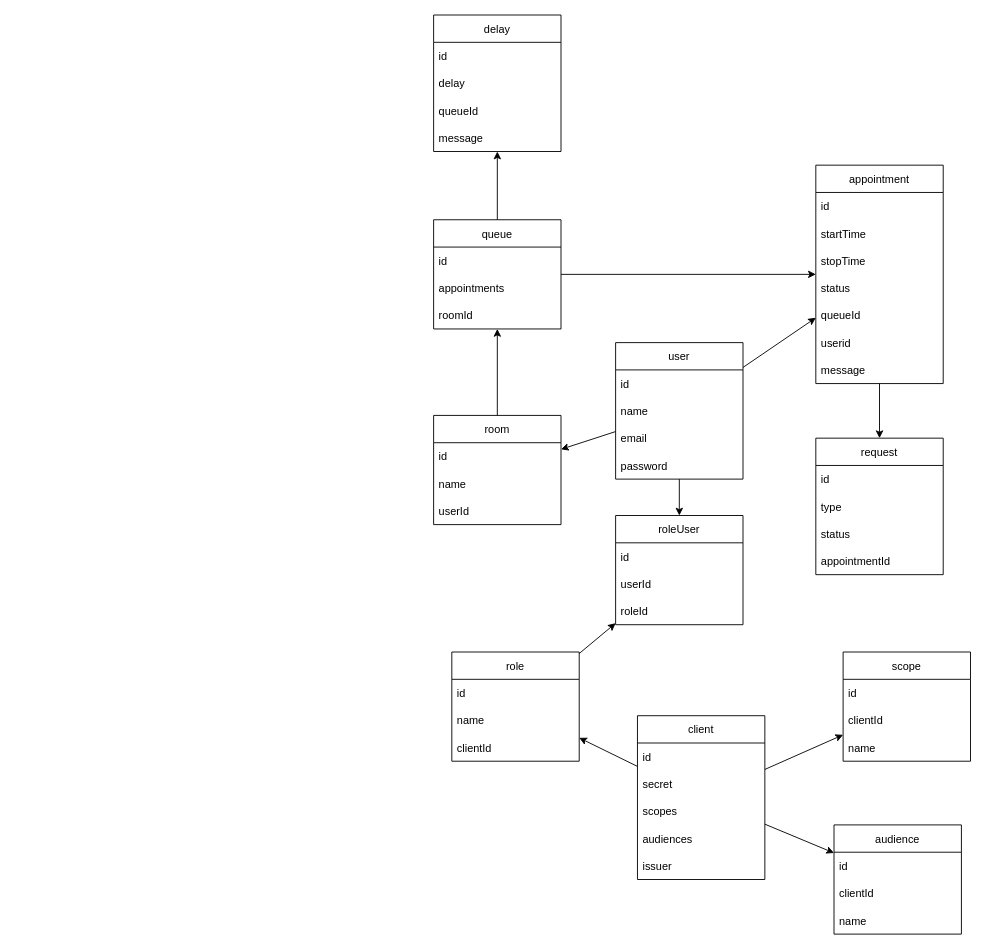
Oglop/Queue keeps this draw.io diagram as __diagrams__/information.drawio. Above is the earlier version. Source tidied: cells renumbered, new cells numbered last; positions are measured from the earlier drawing's top-left corner, leaving out a move shared by most shapes. Both pictures are drawn from the tidied source at 91%, with x=0, y=0 at pixel (433, 15).
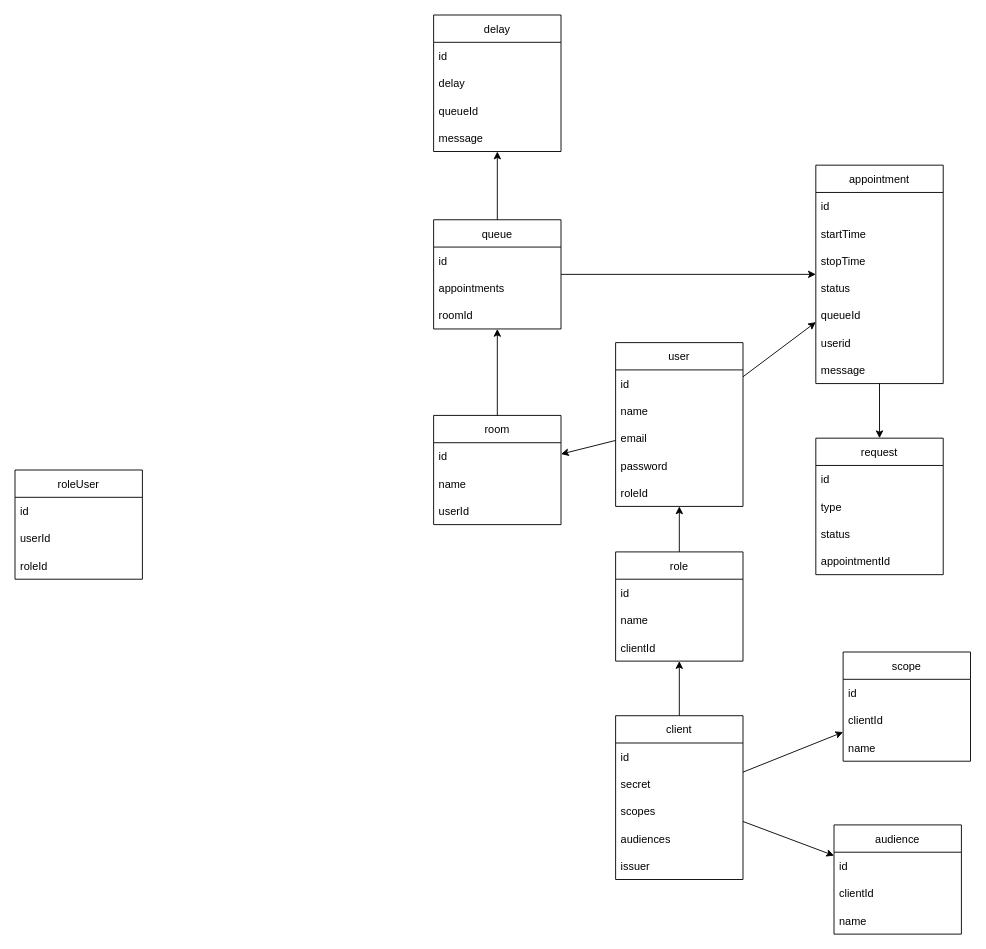
The same diagram, later.

Change to the diagram source:
```diff
@@
     <mxCell id="24" value="user" style="swimlane;fontStyle=0;horizontal=1;startSize=30;" parent="1" vertex="1">
-      <mxGeometry x="200" y="360" width="140" height="150" as="geometry" />
+      <mxGeometry x="200" y="360" width="140" height="180" as="geometry" />
     </mxCell>
@@
+    <mxCell id="66" value="roleId" style="text;strokeColor=none;fillColor=none;align=left;verticalAlign=middle;spacingLeft=4;spacingRight=4;overflow=hidden;" parent="24" vertex="1">
+      <mxGeometry y="150" width="140" height="30" as="geometry" />
+    </mxCell>
@@
     <mxCell id="39" value="client" style="swimlane;fontStyle=0;horizontal=1;startSize=30;" parent="1" vertex="1">
-      <mxGeometry x="224" y="770" width="140" height="180" as="geometry" />
+      <mxGeometry x="200" y="770" width="140" height="180" as="geometry" />
     </mxCell>
@@
     <mxCell id="55" value="role" style="swimlane;fontStyle=0;horizontal=1;startSize=30;" parent="1" vertex="1">
-      <mxGeometry x="20" y="700" width="140" height="120" as="geometry" />
+      <mxGeometry x="200" y="590" width="140" height="120" as="geometry" />
     </mxCell>
@@
     <mxCell id="59" value="roleUser" style="swimlane;fontStyle=0;horizontal=1;startSize=30;" parent="1" vertex="1">
-      <mxGeometry x="200" y="550" width="140" height="120" as="geometry" />
+      <mxGeometry x="-460" y="500" width="140" height="120" as="geometry" />
     </mxCell>
@@
-    <mxCell id="63" style="endArrow=classic;html=1;rounded=0;" parent="1" edge="1" source="55" target="59">
-      <mxGeometry relative="1" as="geometry" />
-    </mxCell>
-    <mxCell id="64" style="endArrow=classic;html=1;rounded=0;" parent="1" edge="1" source="24" target="59">
+    <mxCell id="64" style="endArrow=classic;html=1;rounded=0;" parent="1" edge="1" source="55" target="24">
       <mxGeometry relative="1" as="geometry" />
     </mxCell>
```
